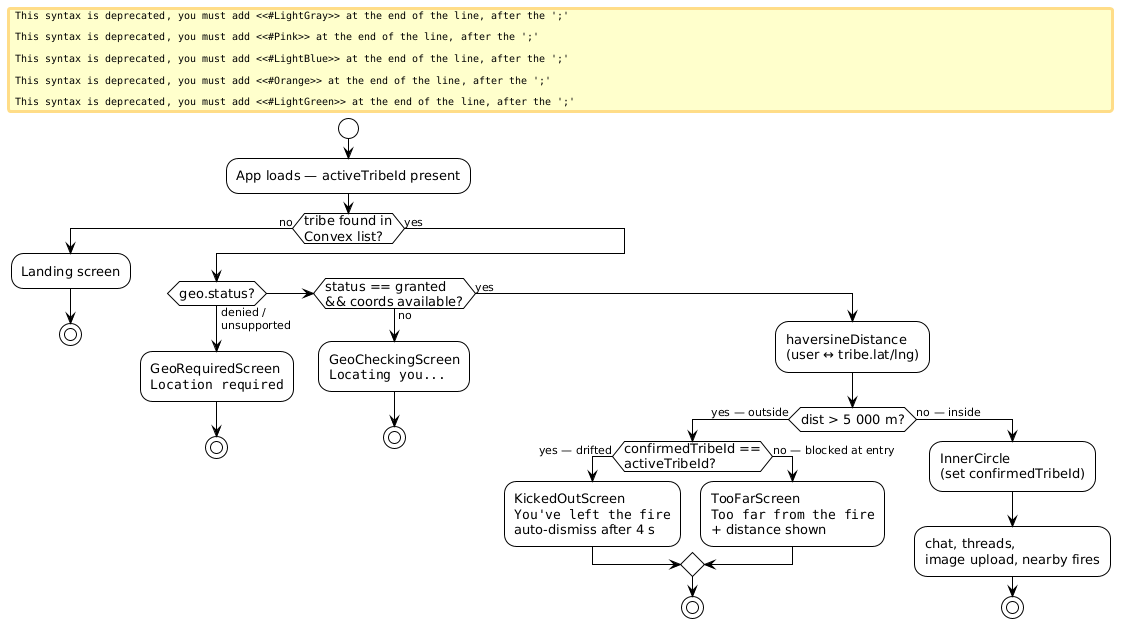
PIsberg/tribe-app keeps this PlantUML diagram as docs/diagrams/geofence-gate.png. Above is the earlier version. Source of this version:
```plantuml
@startuml
!theme plain
skinparam defaultFontName monospace
skinparam ActivityFontSize 13

start

:App loads — activeTribeId present;

if (tribe found in\nConvex list?) then (no)
  #LightGray:Landing screen;
  stop
else (yes)
  if (geo.status?) then (denied /\nunsupported)
    #Pink:GeoRequiredScreen\n""Location required"";
    stop
  elseif (status == granted\n&& coords available?) then (no)
    #LightBlue:GeoCheckingScreen\n""Locating you..."";
    stop
  else (yes)
    :haversineDistance\n(user ↔ tribe.lat/lng);
    if (dist > 5 000 m?) then (yes — outside)
      if (confirmedTribeId ==\nactiveTribeId?) then (yes — drifted)
        #Orange:KickedOutScreen\n""You've left the fire""\nauto-dismiss after 4 s;
      else (no — blocked at entry)
        #Orange:TooFarScreen\n""Too far from the fire""\n+ distance shown;
      endif
      stop
    else (no — inside)
      #LightGreen:InnerCircle\n(set confirmedTribeId);
      :chat, threads,\nimage upload, nearby fires;
      stop
    endif
  endif
endif
@enduml
```
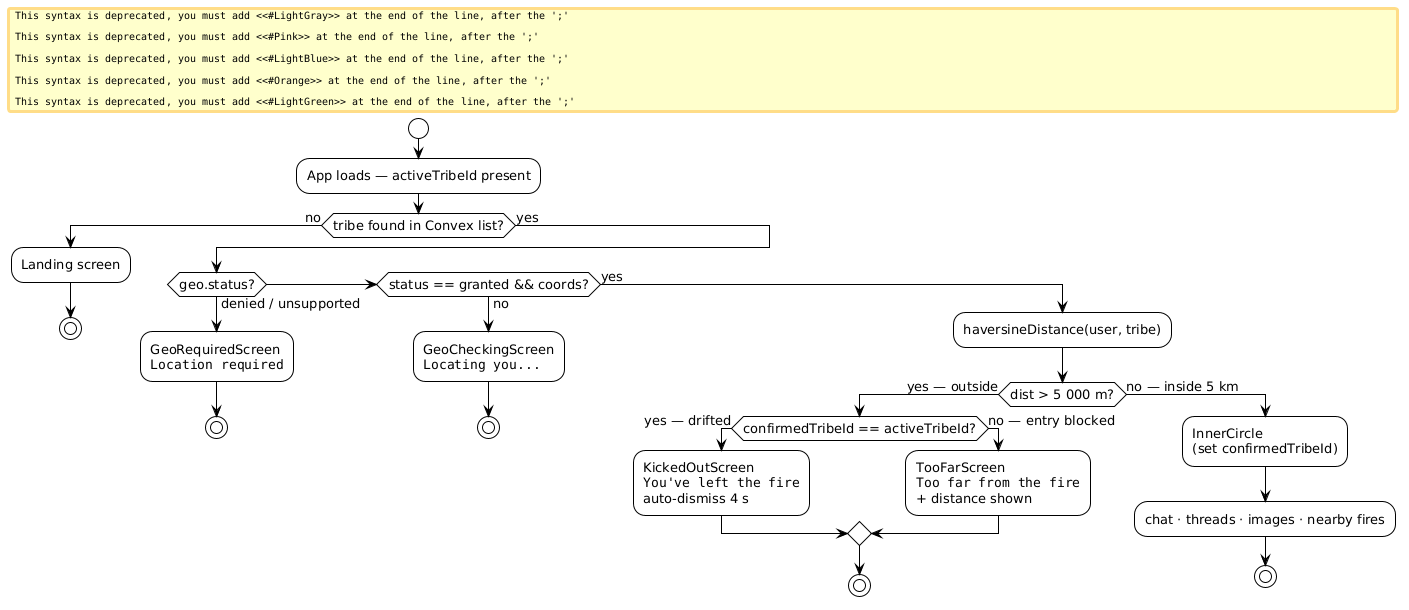
Above is the later version.

Commit message:
docs: fix deprecated skinparam syntax in geofence-gate diagram

Replace skinparam ActivityFontSize (old activity syntax) with a <style>
block — the new activity syntax (start/stop/if) requires style blocks,
not skinparam, for font settings.

The edit, as a diff of the source:
```diff
@@ -1,34 +1,38 @@
 @startuml
 !theme plain
-skinparam defaultFontName monospace
-skinparam ActivityFontSize 13
+<style>
+activityDiagram {
+  FontName monospace
+  FontSize 13
+}
+</style>
 
 start
 
 :App loads — activeTribeId present;
 
-if (tribe found in\nConvex list?) then (no)
+if (tribe found in Convex list?) then (no)
   #LightGray:Landing screen;
   stop
 else (yes)
-  if (geo.status?) then (denied /\nunsupported)
+  if (geo.status?) then (denied / unsupported)
     #Pink:GeoRequiredScreen\n""Location required"";
     stop
-  elseif (status == granted\n&& coords available?) then (no)
+  elseif (status == granted && coords?) then (no)
     #LightBlue:GeoCheckingScreen\n""Locating you..."";
     stop
   else (yes)
-    :haversineDistance\n(user ↔ tribe.lat/lng);
+    :haversineDistance(user, tribe);
     if (dist > 5 000 m?) then (yes — outside)
-      if (confirmedTribeId ==\nactiveTribeId?) then (yes — drifted)
-        #Orange:KickedOutScreen\n""You've left the fire""\nauto-dismiss after 4 s;
-      else (no — blocked at entry)
+      if (confirmedTribeId == activeTribeId?) then (yes — drifted)
+        #Orange:KickedOutScreen\n""You've left the fire""\nauto-dismiss 4 s;
+      else (no — entry blocked)
         #Orange:TooFarScreen\n""Too far from the fire""\n+ distance shown;
       endif
       stop
-    else (no — inside)
+    else (no — inside 5 km)
       #LightGreen:InnerCircle\n(set confirmedTribeId);
-      :chat, threads,\nimage upload, nearby fires;
+      :chat · threads · images · nearby fires;
       stop
     endif
   endif
```
